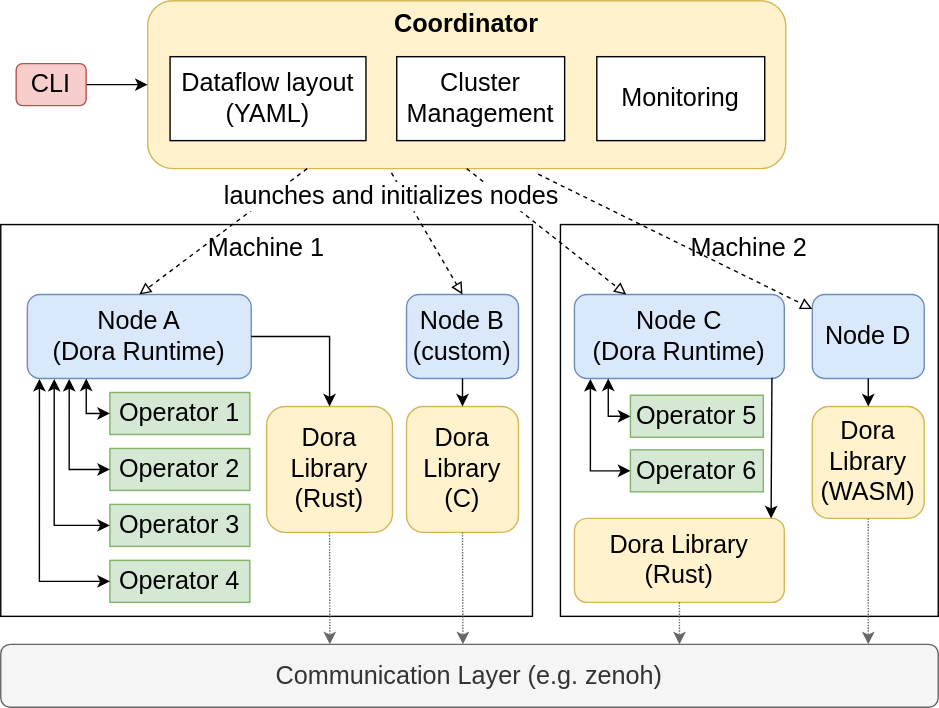
This is static/img/overview.svg from dora-rs/dora-rs.github.io, a draw.io export, as it was before one commit. Source tidied: cells renumbered, new cells last; positions are measured from the earlier drawing's top-left corner, leaving out a move shared by most shapes. Its diagram source:
```xml
<mxGraphModel>
  <root>
    <mxCell id="0" />
    <mxCell id="1" parent="0" />
    <mxCell id="2" value="&lt;b&gt;&lt;font style=&quot;font-size: 18px&quot;&gt;Coordinator&lt;/font&gt;&lt;/b&gt;" style="rounded=1;whiteSpace=wrap;html=1;verticalAlign=top;labelBackgroundColor=none;fillColor=#fff2cc;strokeColor=#d6b656;perimeterSpacing=0;" parent="1" vertex="1">
      <mxGeometry x="105" width="456" height="120" as="geometry" />
    </mxCell>
    <mxCell id="3" value="Dataflow layout (YAML)" style="rounded=0;whiteSpace=wrap;html=1;labelBackgroundColor=none;fontSize=18;" parent="1" vertex="1">
      <mxGeometry x="121" y="40" width="140" height="60" as="geometry" />
    </mxCell>
    <mxCell id="4" value="Cluster Management" style="rounded=0;whiteSpace=wrap;html=1;labelBackgroundColor=none;fontSize=18;" parent="1" vertex="1">
      <mxGeometry x="283" y="40" width="120" height="60" as="geometry" />
    </mxCell>
    <mxCell id="5" value="Monitoring" style="rounded=0;whiteSpace=wrap;html=1;labelBackgroundColor=none;fontSize=18;" parent="1" vertex="1">
      <mxGeometry x="426" y="40" width="120" height="60" as="geometry" />
    </mxCell>
    <mxCell id="6" style="edgeStyle=orthogonalEdgeStyle;rounded=0;jettySize=auto;html=1;fontSize=18;entryX=0;entryY=0.5;entryDx=0;entryDy=0;exitX=1;exitY=0.5;exitDx=0;exitDy=0;" parent="1" edge="1" source="7" target="2">
      <mxGeometry relative="1" as="geometry" />
    </mxCell>
    <mxCell id="7" value="CLI" style="rounded=1;whiteSpace=wrap;html=1;labelBackgroundColor=none;fontSize=18;fillColor=#f8cecc;strokeColor=#b85450;" parent="1" vertex="1">
      <mxGeometry x="11" y="45" width="50" height="30" as="geometry" />
    </mxCell>
    <mxCell id="8" value="Machine 1" style="rounded=0;whiteSpace=wrap;html=1;labelBackgroundColor=none;fontSize=18;verticalAlign=top;" parent="1" vertex="1">
      <mxGeometry y="160" width="380" height="280" as="geometry" />
    </mxCell>
    <mxCell id="9" value="Node A&lt;br&gt;(Dora Runtime)" style="rounded=1;whiteSpace=wrap;html=1;labelBackgroundColor=none;fontSize=18;fillColor=#dae8fc;strokeColor=#6c8ebf;" parent="1" vertex="1">
      <mxGeometry x="19" y="210" width="160" height="60" as="geometry" />
    </mxCell>
    <mxCell id="10" value="Node B&lt;br&gt;(custom)&lt;br&gt;&lt;div&gt;&lt;/div&gt;" style="rounded=1;whiteSpace=wrap;html=1;labelBackgroundColor=none;fontSize=18;fillColor=#dae8fc;strokeColor=#6c8ebf;" parent="1" vertex="1">
      <mxGeometry x="290" y="210" width="80" height="60" as="geometry" />
    </mxCell>
    <mxCell id="11" value="&lt;div&gt;Machine 2&lt;/div&gt;" style="rounded=0;whiteSpace=wrap;html=1;labelBackgroundColor=none;fontSize=18;verticalAlign=top;" parent="1" vertex="1">
      <mxGeometry x="400" y="160" width="270" height="280" as="geometry" />
    </mxCell>
    <mxCell id="12" value="Node C&lt;br&gt;(Dora Runtime)" style="rounded=1;whiteSpace=wrap;html=1;labelBackgroundColor=none;fontSize=18;fillColor=#dae8fc;strokeColor=#6c8ebf;" parent="1" vertex="1">
      <mxGeometry x="410" y="210" width="150" height="60" as="geometry" />
    </mxCell>
    <mxCell id="13" value="Node D&lt;div&gt;&lt;/div&gt;" style="rounded=1;whiteSpace=wrap;html=1;labelBackgroundColor=none;fontSize=18;fillColor=#dae8fc;strokeColor=#6c8ebf;" parent="1" vertex="1">
      <mxGeometry x="580" y="210" width="80" height="60" as="geometry" />
    </mxCell>
    <mxCell id="14" style="endArrow=block;html=1;rounded=0;fontSize=18;exitX=0.25;exitY=1;exitDx=0;exitDy=0;entryX=0.5;entryY=0;entryDx=0;entryDy=0;dashed=1;endFill=0;" parent="1" edge="1" source="2" target="9">
      <mxGeometry relative="1" as="geometry" />
    </mxCell>
    <mxCell id="15" style="endArrow=block;html=1;rounded=0;fontSize=18;exitX=0.5;exitY=1;exitDx=0;exitDy=0;dashed=1;endFill=0;" parent="1" edge="1" source="2" target="12">
      <mxGeometry relative="1" as="geometry" />
    </mxCell>
    <mxCell id="16" style="endArrow=block;html=1;rounded=0;fontSize=18;entryX=0.5;entryY=0;entryDx=0;entryDy=0;dashed=1;endFill=0;exitX=0.382;exitY=1.025;exitDx=0;exitDy=0;exitPerimeter=0;" parent="1" edge="1" source="2" target="10">
      <mxGeometry relative="1" as="geometry" />
    </mxCell>
    <mxCell id="17" value="launches and initializes nodes" style="edgeLabel;html=1;align=center;verticalAlign=middle;fontSize=18;" parent="16" vertex="1">
      <mxGeometry x="-0.25" y="4" relative="1" as="geometry">
        <mxPoint x="-23" y="-14" as="offset" />
      </mxGeometry>
    </mxCell>
    <mxCell id="18" style="endArrow=block;html=1;rounded=0;fontSize=18;exitX=0.612;exitY=1.033;exitDx=0;exitDy=0;dashed=1;endFill=0;exitPerimeter=0;" parent="1" edge="1" source="2" target="13">
      <mxGeometry relative="1" as="geometry" />
    </mxCell>
    <mxCell id="19" value="Dora Library (Rust)" style="rounded=1;whiteSpace=wrap;html=1;labelBackgroundColor=none;fontSize=18;fillColor=#fff2cc;strokeColor=#d6b656;" parent="1" vertex="1">
      <mxGeometry x="190" y="290" width="90" height="90" as="geometry" />
    </mxCell>
    <mxCell id="20" value="Dora Library (C)" style="rounded=1;whiteSpace=wrap;html=1;labelBackgroundColor=none;fontSize=18;fillColor=#fff2cc;strokeColor=#d6b656;" parent="1" vertex="1">
      <mxGeometry x="290" y="290" width="80" height="90" as="geometry" />
    </mxCell>
    <mxCell id="21" value="Dora Library (Rust)" style="rounded=1;whiteSpace=wrap;html=1;labelBackgroundColor=none;fontSize=18;fillColor=#fff2cc;strokeColor=#d6b656;" parent="1" vertex="1">
      <mxGeometry x="410" y="370" width="150" height="60" as="geometry" />
    </mxCell>
    <mxCell id="22" value="Dora Library (WASM)" style="rounded=1;whiteSpace=wrap;html=1;labelBackgroundColor=none;fontSize=18;fillColor=#fff2cc;strokeColor=#d6b656;" parent="1" vertex="1">
      <mxGeometry x="580" y="290" width="80" height="80" as="geometry" />
    </mxCell>
    <mxCell id="23" style="endArrow=classic;html=1;rounded=0;fontSize=18;exitX=1;exitY=0.5;exitDx=0;exitDy=0;edgeStyle=orthogonalEdgeStyle;" parent="1" edge="1" source="9" target="19">
      <mxGeometry relative="1" as="geometry" />
    </mxCell>
    <mxCell id="24" style="endArrow=classic;html=1;rounded=0;fontSize=18;exitX=0.5;exitY=1;exitDx=0;exitDy=0;entryX=0.5;entryY=0;entryDx=0;entryDy=0;" parent="1" edge="1" source="10" target="20">
      <mxGeometry relative="1" as="geometry" />
    </mxCell>
    <mxCell id="25" style="endArrow=classic;html=1;rounded=0;fontSize=18;exitX=0.941;exitY=0.992;exitDx=0;exitDy=0;entryX=0.937;entryY=0;entryDx=0;entryDy=0;exitPerimeter=0;entryPerimeter=0;" parent="1" edge="1" source="12" target="21">
      <mxGeometry relative="1" as="geometry" />
    </mxCell>
    <mxCell id="26" style="endArrow=classic;html=1;rounded=0;fontSize=18;exitX=0.5;exitY=1;exitDx=0;exitDy=0;" parent="1" edge="1" source="13" target="22">
      <mxGeometry relative="1" as="geometry" />
    </mxCell>
    <mxCell id="27" value="Communication Layer (e.g. zenoh)" style="rounded=1;whiteSpace=wrap;html=1;labelBackgroundColor=none;fontSize=18;fillColor=#f5f5f5;strokeColor=#666666;fontColor=#333333;" parent="1" vertex="1">
      <mxGeometry y="460" width="670" height="45" as="geometry" />
    </mxCell>
    <mxCell id="28" style="endArrow=classic;html=1;rounded=0;fontSize=18;exitX=0.5;exitY=1;exitDx=0;exitDy=0;dashed=1;dashPattern=1 1;fillColor=#f5f5f5;strokeColor=#666666;entryX=0.351;entryY=0;entryDx=0;entryDy=0;entryPerimeter=0;" parent="1" edge="1" source="19" target="27">
      <mxGeometry relative="1" as="geometry" />
    </mxCell>
    <mxCell id="29" style="endArrow=classic;html=1;rounded=0;fontSize=18;exitX=0.5;exitY=1;exitDx=0;exitDy=0;dashed=1;dashPattern=1 1;fillColor=#f5f5f5;strokeColor=#666666;entryX=0.493;entryY=0;entryDx=0;entryDy=0;entryPerimeter=0;" parent="1" edge="1" source="20" target="27">
      <mxGeometry relative="1" as="geometry" />
    </mxCell>
    <mxCell id="30" style="endArrow=classic;html=1;rounded=0;fontSize=18;exitX=0.5;exitY=1;exitDx=0;exitDy=0;entryX=0.724;entryY=0;entryDx=0;entryDy=0;dashed=1;dashPattern=1 1;fillColor=#f5f5f5;strokeColor=#666666;entryPerimeter=0;" parent="1" edge="1" source="21" target="27">
      <mxGeometry relative="1" as="geometry" />
    </mxCell>
    <mxCell id="31" style="endArrow=classic;html=1;rounded=0;fontSize=18;exitX=0.5;exitY=1;exitDx=0;exitDy=0;dashed=1;dashPattern=1 1;fillColor=#f5f5f5;strokeColor=#666666;" parent="1" edge="1" source="22">
      <mxGeometry relative="1" as="geometry">
        <mxPoint x="620" y="460" as="targetPoint" />
      </mxGeometry>
    </mxCell>
    <mxCell id="32" value="&lt;span style=&quot;font-size: 18px&quot;&gt;Operator 1&lt;/span&gt;" style="rounded=0;whiteSpace=wrap;html=1;fillColor=#d5e8d4;strokeColor=#82b366;" parent="1" vertex="1">
      <mxGeometry x="78" y="280" width="100" height="30" as="geometry" />
    </mxCell>
    <mxCell id="33" value="&lt;span style=&quot;font-size: 18px&quot;&gt;Operator 3&lt;/span&gt;" style="rounded=0;whiteSpace=wrap;html=1;fillColor=#d5e8d4;strokeColor=#82b366;" parent="1" vertex="1">
      <mxGeometry x="78" y="360" width="100" height="30" as="geometry" />
    </mxCell>
    <mxCell id="34" value="&lt;span style=&quot;font-size: 18px&quot;&gt;Operator 2&lt;/span&gt;" style="rounded=0;whiteSpace=wrap;html=1;fillColor=#d5e8d4;strokeColor=#82b366;" parent="1" vertex="1">
      <mxGeometry x="78" y="320" width="100" height="30" as="geometry" />
    </mxCell>
    <mxCell id="35" value="&lt;span style=&quot;font-size: 18px&quot;&gt;Operator 4&lt;/span&gt;" style="rounded=0;whiteSpace=wrap;html=1;fillColor=#d5e8d4;strokeColor=#82b366;" parent="1" vertex="1">
      <mxGeometry x="78" y="400" width="100" height="30" as="geometry" />
    </mxCell>
    <mxCell id="36" style="endArrow=classic;startArrow=classic;html=1;rounded=0;exitX=0;exitY=0.5;exitDx=0;exitDy=0;edgeStyle=orthogonalEdgeStyle;entryX=0.263;entryY=1;entryDx=0;entryDy=0;entryPerimeter=0;" parent="1" edge="1" source="32" target="9">
      <mxGeometry relative="1" as="geometry" />
    </mxCell>
    <mxCell id="37" style="endArrow=classic;startArrow=classic;html=1;rounded=0;exitX=0;exitY=0.5;exitDx=0;exitDy=0;edgeStyle=orthogonalEdgeStyle;entryX=0.187;entryY=1.005;entryDx=0;entryDy=0;entryPerimeter=0;" parent="1" edge="1" source="34" target="9">
      <mxGeometry relative="1" as="geometry" />
    </mxCell>
    <mxCell id="38" style="endArrow=classic;startArrow=classic;html=1;rounded=0;exitX=0;exitY=0.5;exitDx=0;exitDy=0;edgeStyle=orthogonalEdgeStyle;entryX=0.12;entryY=1.005;entryDx=0;entryDy=0;entryPerimeter=0;" parent="1" edge="1" source="33" target="9">
      <mxGeometry relative="1" as="geometry" />
    </mxCell>
    <mxCell id="39" style="endArrow=classic;startArrow=classic;html=1;rounded=0;entryX=0.054;entryY=1.005;entryDx=0;entryDy=0;exitX=0;exitY=0.5;exitDx=0;exitDy=0;edgeStyle=orthogonalEdgeStyle;entryPerimeter=0;" parent="1" edge="1" source="35" target="9">
      <mxGeometry relative="1" as="geometry" />
    </mxCell>
    <mxCell id="40" value="&lt;span style=&quot;font-size: 18px&quot;&gt;Operator 5&lt;/span&gt;" style="rounded=0;whiteSpace=wrap;html=1;fillColor=#d5e8d4;strokeColor=#82b366;" parent="1" vertex="1">
      <mxGeometry x="450" y="282" width="95" height="30" as="geometry" />
    </mxCell>
    <mxCell id="41" value="&lt;span style=&quot;font-size: 18px&quot;&gt;Operator 6&lt;/span&gt;" style="rounded=0;whiteSpace=wrap;html=1;fillColor=#d5e8d4;strokeColor=#82b366;" parent="1" vertex="1">
      <mxGeometry x="450" y="321" width="95" height="30" as="geometry" />
    </mxCell>
    <mxCell id="42" style="endArrow=classic;startArrow=classic;html=1;rounded=0;edgeStyle=orthogonalEdgeStyle;entryX=0.076;entryY=1.005;entryDx=0;entryDy=0;exitX=0;exitY=0.5;exitDx=0;exitDy=0;entryPerimeter=0;" parent="1" edge="1" source="41" target="12">
      <mxGeometry relative="1" as="geometry" />
    </mxCell>
    <mxCell id="43" style="endArrow=classic;startArrow=classic;html=1;rounded=0;edgeStyle=orthogonalEdgeStyle;exitX=0;exitY=0.5;exitDx=0;exitDy=0;entryX=0.161;entryY=1;entryDx=0;entryDy=0;entryPerimeter=0;" parent="1" edge="1" source="40" target="12">
      <mxGeometry relative="1" as="geometry" />
    </mxCell>
  </root>
</mxGraphModel>
```
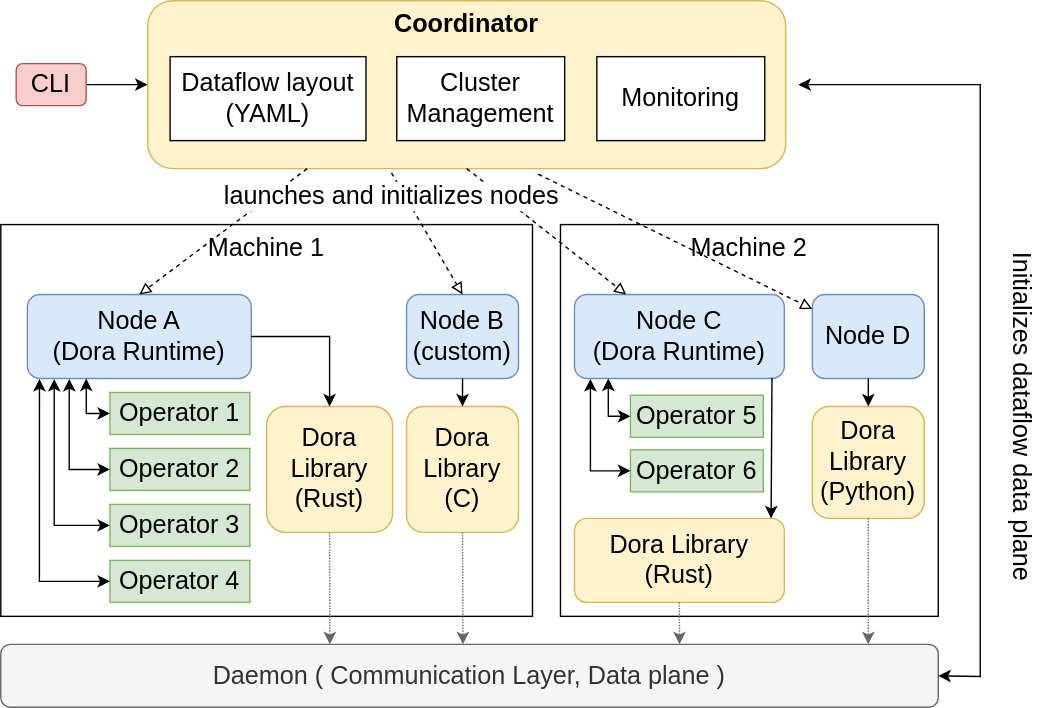
After the commit.

The edit, as a diff of the source:
```diff
@@ -64,7 +64,7 @@
     <mxCell id="21" value="Dora Library (Rust)" style="rounded=1;whiteSpace=wrap;html=1;labelBackgroundColor=none;fontSize=18;fillColor=#fff2cc;strokeColor=#d6b656;" parent="1" vertex="1">
       <mxGeometry x="410" y="370" width="150" height="60" as="geometry" />
     </mxCell>
-    <mxCell id="22" value="Dora Library (WASM)" style="rounded=1;whiteSpace=wrap;html=1;labelBackgroundColor=none;fontSize=18;fillColor=#fff2cc;strokeColor=#d6b656;" parent="1" vertex="1">
+    <mxCell id="22" value="Dora Library (Python)" style="rounded=1;whiteSpace=wrap;html=1;labelBackgroundColor=none;fontSize=18;fillColor=#fff2cc;strokeColor=#d6b656;" parent="1" vertex="1">
       <mxGeometry x="580" y="290" width="80" height="80" as="geometry" />
     </mxCell>
     <mxCell id="23" style="endArrow=classic;html=1;rounded=0;fontSize=18;exitX=1;exitY=0.5;exitDx=0;exitDy=0;edgeStyle=orthogonalEdgeStyle;" parent="1" edge="1" source="9" target="19">
@@ -79,7 +79,7 @@
     <mxCell id="26" style="endArrow=classic;html=1;rounded=0;fontSize=18;exitX=0.5;exitY=1;exitDx=0;exitDy=0;" parent="1" edge="1" source="13" target="22">
       <mxGeometry relative="1" as="geometry" />
     </mxCell>
-    <mxCell id="27" value="Communication Layer (e.g. zenoh)" style="rounded=1;whiteSpace=wrap;html=1;labelBackgroundColor=none;fontSize=18;fillColor=#f5f5f5;strokeColor=#666666;fontColor=#333333;" parent="1" vertex="1">
+    <mxCell id="27" value="&lt;div&gt;Daemon ( Communication Layer, Data plane )&lt;br&gt;&lt;/div&gt;" style="rounded=1;whiteSpace=wrap;html=1;labelBackgroundColor=none;fontSize=18;fillColor=#f5f5f5;strokeColor=#666666;fontColor=#333333;" parent="1" vertex="1">
       <mxGeometry y="460" width="670" height="45" as="geometry" />
     </mxCell>
     <mxCell id="28" style="endArrow=classic;html=1;rounded=0;fontSize=18;exitX=0.5;exitY=1;exitDx=0;exitDy=0;dashed=1;dashPattern=1 1;fillColor=#f5f5f5;strokeColor=#666666;entryX=0.351;entryY=0;entryDx=0;entryDy=0;entryPerimeter=0;" parent="1" edge="1" source="19" target="27">
@@ -132,5 +132,17 @@
     <mxCell id="43" style="endArrow=classic;startArrow=classic;html=1;rounded=0;edgeStyle=orthogonalEdgeStyle;exitX=0;exitY=0.5;exitDx=0;exitDy=0;entryX=0.161;entryY=1;entryDx=0;entryDy=0;entryPerimeter=0;" parent="1" edge="1" source="40" target="12">
       <mxGeometry relative="1" as="geometry" />
     </mxCell>
+    <mxCell id="44" style="endArrow=classic;startArrow=classic;html=1;rounded=0;exitX=1;exitY=0.5;exitDx=0;exitDy=0;" parent="1" edge="1" source="27">
+      <mxGeometry relative="1" as="geometry">
+        <mxPoint x="570" y="60" as="targetPoint" />
+        <Array as="points">
+          <mxPoint x="700" y="483" />
+          <mxPoint x="700" y="60" />
+        </Array>
+      </mxGeometry>
+    </mxCell>
+    <mxCell id="45" value="Initializes dataflow data plane" style="edgeLabel;html=1;align=center;verticalAlign=middle;fontSize=18;rotation=90;" parent="1" vertex="1">
+      <mxGeometry x="730" y="297" as="geometry" />
+    </mxCell>
   </root>
 </mxGraphModel>
```
